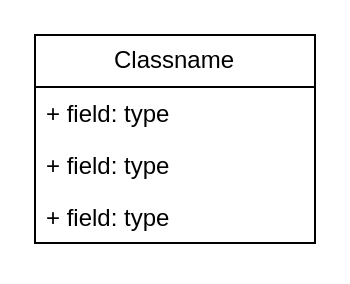
The draw.io diagram observer.drawio in joelau71/uml, before the edit. Source tidied: cells renumbered, new cells numbered last; positions are measured from the earlier drawing's top-left corner, leaving out a move shared by most shapes. Both pictures are drawn from the tidied source at 200%, with x=0, y=0 at pixel (34, 34).
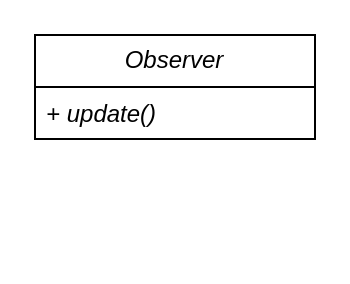
After the change.

Change to the diagram source:
```diff
@@
 <mxGraphModel>
   <root>
     <mxCell id="0" />
     <mxCell id="1" parent="0" />
-    <mxCell id="2" value="Classname" style="swimlane;fontStyle=0;horizontal=1;startSize=26;fillColor=none;whiteSpace=wrap;html=1;" parent="1" vertex="1">
-      <mxGeometry width="140" height="104" as="geometry" />
+    <mxCell id="2" value="&lt;i&gt;Observer&lt;/i&gt;" style="swimlane;fontStyle=0;horizontal=1;startSize=26;fillColor=none;whiteSpace=wrap;html=1;" parent="1" vertex="1">
+      <mxGeometry width="140" height="52" as="geometry" />
     </mxCell>
-    <mxCell id="3" value="+ field: type" style="text;strokeColor=none;fillColor=none;align=left;verticalAlign=top;spacingLeft=4;spacingRight=4;overflow=hidden;whiteSpace=wrap;html=1;" parent="2" vertex="1">
+    <mxCell id="3" value="&lt;i&gt;+ update()&lt;/i&gt;" style="text;strokeColor=none;fillColor=none;align=left;verticalAlign=top;spacingLeft=4;spacingRight=4;overflow=hidden;whiteSpace=wrap;html=1;" parent="2" vertex="1">
       <mxGeometry y="26" width="140" height="26" as="geometry" />
     </mxCell>
-    <mxCell id="4" value="+ field: type" style="text;strokeColor=none;fillColor=none;align=left;verticalAlign=top;spacingLeft=4;spacingRight=4;overflow=hidden;whiteSpace=wrap;html=1;" parent="2" vertex="1">
-      <mxGeometry y="52" width="140" height="26" as="geometry" />
-    </mxCell>
-    <mxCell id="5" value="+ field: type" style="text;strokeColor=none;fillColor=none;align=left;verticalAlign=top;spacingLeft=4;spacingRight=4;overflow=hidden;whiteSpace=wrap;html=1;" parent="2" vertex="1">
-      <mxGeometry y="78" width="140" height="26" as="geometry" />
-    </mxCell>
   </root>
 </mxGraphModel>
```
